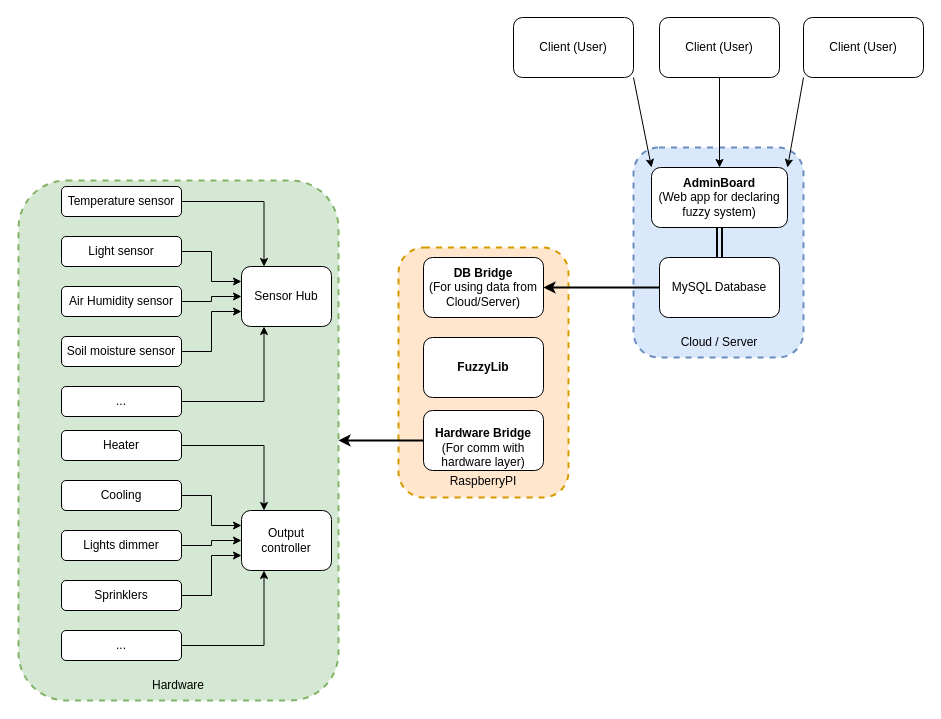
Earlier version of the draw.io diagram Support/Architectural design/Arhitectural_DiagramV2.drawio (bozzano101/FuzzyGreenhouse). Source tidied: cells renumbered, new cells numbered last; positions are measured from the earlier drawing's top-left corner, leaving out a move shared by most shapes. Both pictures are drawn from the tidied source at 100%, with x=0, y=0 at pixel (18, 17).
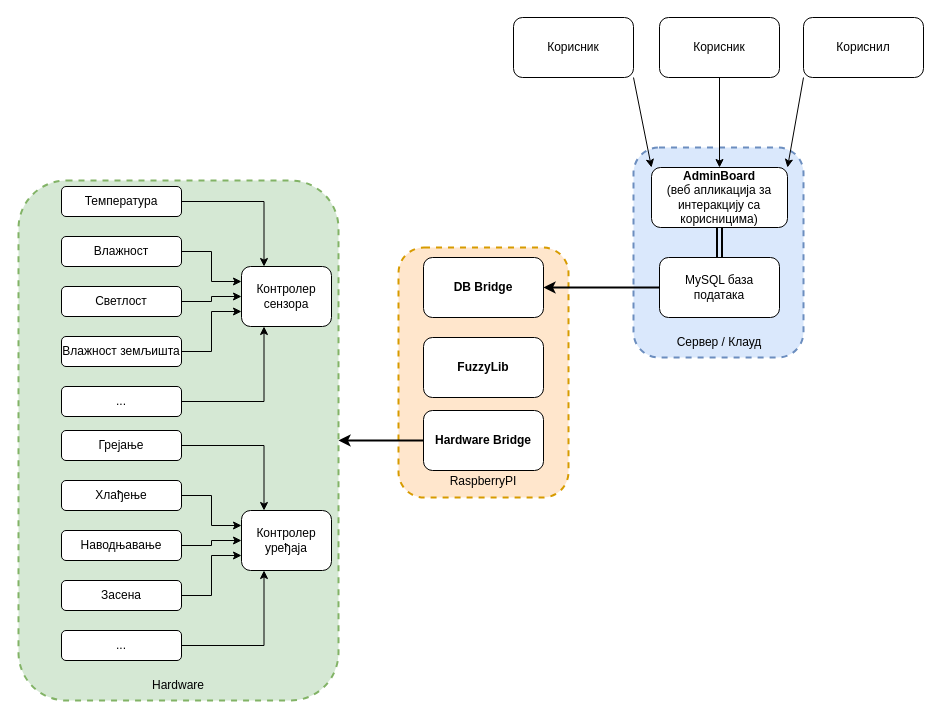
The same diagram, later.

Commit message (it also covers changes not shown here):
Updated archv2 diagram

Change to the diagram source:
```diff
@@
-    <mxCell id="6" value="&lt;div&gt;&lt;b&gt;AdminBoard&lt;/b&gt;&lt;/div&gt;&lt;div&gt;(Web app for declaring fuzzy system)&lt;br&gt;&lt;/div&gt;" style="rounded=1;whiteSpace=wrap;html=1;" parent="1" vertex="1">
+    <mxCell id="6" value="&lt;div&gt;&lt;b&gt;AdminBoard&lt;/b&gt;&lt;/div&gt;&lt;div&gt;(веб апликација за интеракцију са корисницима)&lt;br&gt;&lt;/div&gt;" style="rounded=1;whiteSpace=wrap;html=1;" parent="1" vertex="1">
       <mxGeometry x="633" y="150" width="136" height="60" as="geometry" />
     </mxCell>
@@
-    <mxCell id="8" value="MySQL Database " style="rounded=1;whiteSpace=wrap;html=1;" parent="1" vertex="1">
+    <mxCell id="8" value="MySQL база података" style="rounded=1;whiteSpace=wrap;html=1;" parent="1" vertex="1">
       <mxGeometry x="641" y="240" width="120" height="60" as="geometry" />
     </mxCell>
-    <mxCell id="9" value="&lt;div&gt;&lt;b&gt;DB Bridge&lt;br&gt;&lt;/b&gt;&lt;/div&gt;&lt;div&gt;(For using data from&lt;/div&gt;&lt;div&gt;Cloud/Server)&lt;br&gt;&lt;/div&gt;" style="rounded=1;whiteSpace=wrap;html=1;" parent="1" vertex="1">
+    <mxCell id="9" value="&lt;div&gt;&lt;b&gt;DB Bridge&lt;/b&gt;&lt;/div&gt;" style="rounded=1;whiteSpace=wrap;html=1;" parent="1" vertex="1">
       <mxGeometry x="405" y="240" width="120" height="60" as="geometry" />
     </mxCell>
@@
-    <mxCell id="11" value="Client (User)" style="rounded=1;whiteSpace=wrap;html=1;" parent="1" vertex="1">
+    <mxCell id="11" value="Корисник" style="rounded=1;whiteSpace=wrap;html=1;" parent="1" vertex="1">
       <mxGeometry x="495" width="120" height="60" as="geometry" />
     </mxCell>
@@
-    <mxCell id="13" value="Client (User)" style="rounded=1;whiteSpace=wrap;html=1;" parent="1" vertex="1">
+    <mxCell id="13" value="Корисник" style="rounded=1;whiteSpace=wrap;html=1;" parent="1" vertex="1">
       <mxGeometry x="641" width="120" height="60" as="geometry" />
     </mxCell>
@@
-    <mxCell id="15" value="Client (User)" style="rounded=1;whiteSpace=wrap;html=1;" parent="1" vertex="1">
+    <mxCell id="15" value="Кориснил" style="rounded=1;whiteSpace=wrap;html=1;" parent="1" vertex="1">
       <mxGeometry x="785" width="120" height="60" as="geometry" />
     </mxCell>
@@
-    <mxCell id="18" value="Cloud / Server" style="text;html=1;strokeColor=none;fillColor=none;align=center;verticalAlign=middle;whiteSpace=wrap;rounded=0;dashed=1;" parent="1" vertex="1">
+    <mxCell id="18" value="Сервер / Клауд" style="text;html=1;strokeColor=none;fillColor=none;align=center;verticalAlign=middle;whiteSpace=wrap;rounded=0;dashed=1;" parent="1" vertex="1">
       <mxGeometry x="626" y="310" width="150" height="30" as="geometry" />
     </mxCell>
@@
-    <mxCell id="20" value="Temperature sensor" style="rounded=1;whiteSpace=wrap;html=1;labelBackgroundColor=default;" parent="1" vertex="1">
+    <mxCell id="20" value="Температура" style="rounded=1;whiteSpace=wrap;html=1;labelBackgroundColor=default;" parent="1" vertex="1">
       <mxGeometry x="43" y="169" width="120" height="30" as="geometry" />
     </mxCell>
@@
-    <mxCell id="22" value="Light sensor" style="rounded=1;whiteSpace=wrap;html=1;labelBackgroundColor=default;" parent="1" vertex="1">
+    <mxCell id="22" value="Влажност" style="rounded=1;whiteSpace=wrap;html=1;labelBackgroundColor=default;" parent="1" vertex="1">
       <mxGeometry x="43" y="219" width="120" height="30" as="geometry" />
     </mxCell>
@@
-    <mxCell id="24" value="Air Humidity sensor" style="rounded=1;whiteSpace=wrap;html=1;labelBackgroundColor=default;" parent="1" vertex="1">
+    <mxCell id="24" value="Светлост" style="rounded=1;whiteSpace=wrap;html=1;labelBackgroundColor=default;" parent="1" vertex="1">
       <mxGeometry x="43" y="269" width="120" height="30" as="geometry" />
     </mxCell>
@@
-    <mxCell id="26" value="Soil moisture sensor" style="rounded=1;whiteSpace=wrap;html=1;labelBackgroundColor=default;" parent="1" vertex="1">
+    <mxCell id="26" value="Влажност земљишта" style="rounded=1;whiteSpace=wrap;html=1;labelBackgroundColor=default;" parent="1" vertex="1">
       <mxGeometry x="43" y="319" width="120" height="30" as="geometry" />
     </mxCell>
@@
-    <mxCell id="29" value="Sensor Hub" style="rounded=1;whiteSpace=wrap;html=1;labelBackgroundColor=default;" parent="1" vertex="1">
+    <mxCell id="29" value="Контролер сензора" style="rounded=1;whiteSpace=wrap;html=1;labelBackgroundColor=default;" parent="1" vertex="1">
       <mxGeometry x="223" y="249" width="90" height="60" as="geometry" />
     </mxCell>
@@
-    <mxCell id="31" value="Heater" style="rounded=1;whiteSpace=wrap;html=1;labelBackgroundColor=default;" parent="1" vertex="1">
+    <mxCell id="31" value="Грејање" style="rounded=1;whiteSpace=wrap;html=1;labelBackgroundColor=default;" parent="1" vertex="1">
       <mxGeometry x="43" y="413" width="120" height="30" as="geometry" />
     </mxCell>
@@
-    <mxCell id="33" value="Cooling" style="rounded=1;whiteSpace=wrap;html=1;labelBackgroundColor=default;" parent="1" vertex="1">
+    <mxCell id="33" value="Хлађење" style="rounded=1;whiteSpace=wrap;html=1;labelBackgroundColor=default;" parent="1" vertex="1">
       <mxGeometry x="43" y="463" width="120" height="30" as="geometry" />
     </mxCell>
@@
-    <mxCell id="35" value="&lt;span&gt;Lights dimmer&lt;/span&gt;" style="rounded=1;whiteSpace=wrap;html=1;labelBackgroundColor=default;" parent="1" vertex="1">
+    <mxCell id="35" value="&lt;span&gt;Наводњавање&lt;/span&gt;" style="rounded=1;whiteSpace=wrap;html=1;labelBackgroundColor=default;" parent="1" vertex="1">
       <mxGeometry x="43" y="513" width="120" height="30" as="geometry" />
     </mxCell>
@@
-    <mxCell id="37" value="Sprinklers" style="rounded=1;whiteSpace=wrap;html=1;labelBackgroundColor=default;" parent="1" vertex="1">
+    <mxCell id="37" value="Засена" style="rounded=1;whiteSpace=wrap;html=1;labelBackgroundColor=default;" parent="1" vertex="1">
       <mxGeometry x="43" y="563" width="120" height="30" as="geometry" />
     </mxCell>
@@
-    <mxCell id="40" value="Output controller" style="rounded=1;whiteSpace=wrap;html=1;labelBackgroundColor=default;" parent="1" vertex="1">
+    <mxCell id="40" value="Контролер уређаја" style="rounded=1;whiteSpace=wrap;html=1;labelBackgroundColor=default;" parent="1" vertex="1">
       <mxGeometry x="223" y="493" width="90" height="60" as="geometry" />
     </mxCell>
@@
-    <mxCell id="43" value="&lt;div&gt;&lt;br&gt;&lt;/div&gt;&lt;div&gt;&lt;b&gt;Hardware Bridge&lt;/b&gt;&lt;br&gt;&lt;/div&gt;&lt;div&gt;(For comm with hardware layer)&lt;br&gt;&lt;b&gt;&lt;/b&gt;&lt;/div&gt;" style="rounded=1;whiteSpace=wrap;html=1;strokeWidth=1;" parent="1" vertex="1">
+    <mxCell id="43" value="&lt;div&gt;&lt;br&gt;&lt;/div&gt;&lt;div&gt;&lt;b&gt;Hardware Bridge&lt;/b&gt;&lt;br&gt;&lt;/div&gt;&lt;div&gt;&lt;br&gt;&lt;b&gt;&lt;/b&gt;&lt;/div&gt;" style="rounded=1;whiteSpace=wrap;html=1;strokeWidth=1;" parent="1" vertex="1">
       <mxGeometry x="405" y="393" width="120" height="60" as="geometry" />
     </mxCell>
```
